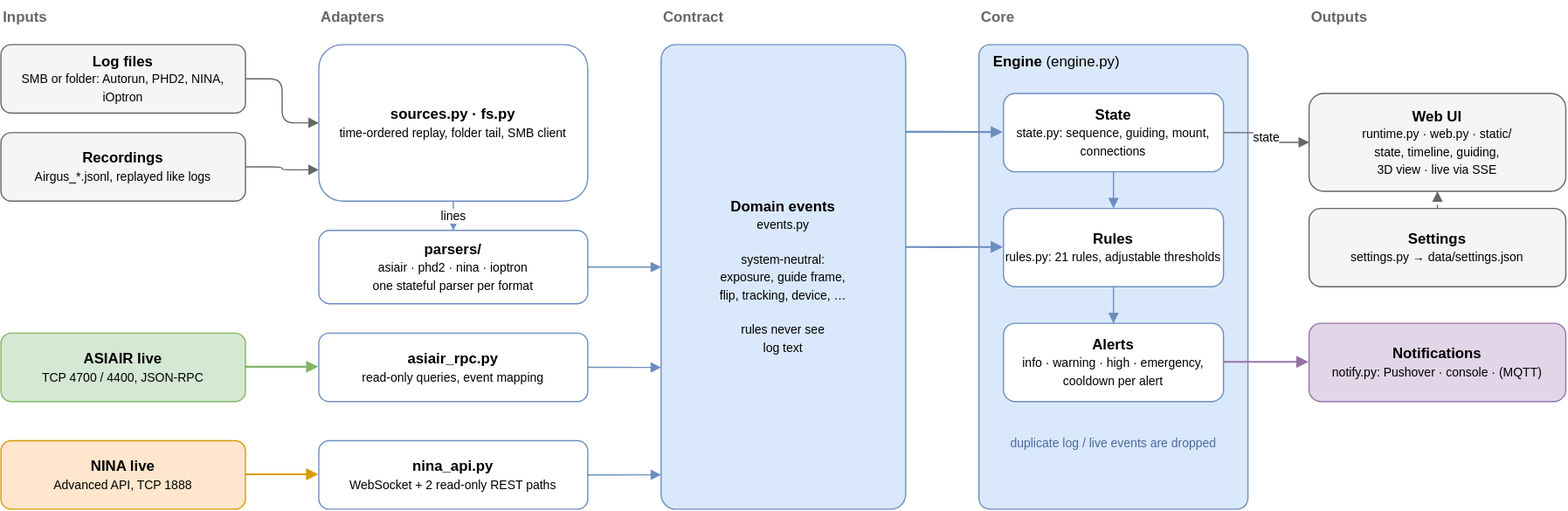
Before: docs/airgus-architecture.drawio.svg, a diagram exported from draw.io (Trickx/Airgus). Source tidied: cells renumbered, new cells last; positions are measured from the earlier drawing's top-left corner, leaving out a move shared by most shapes.
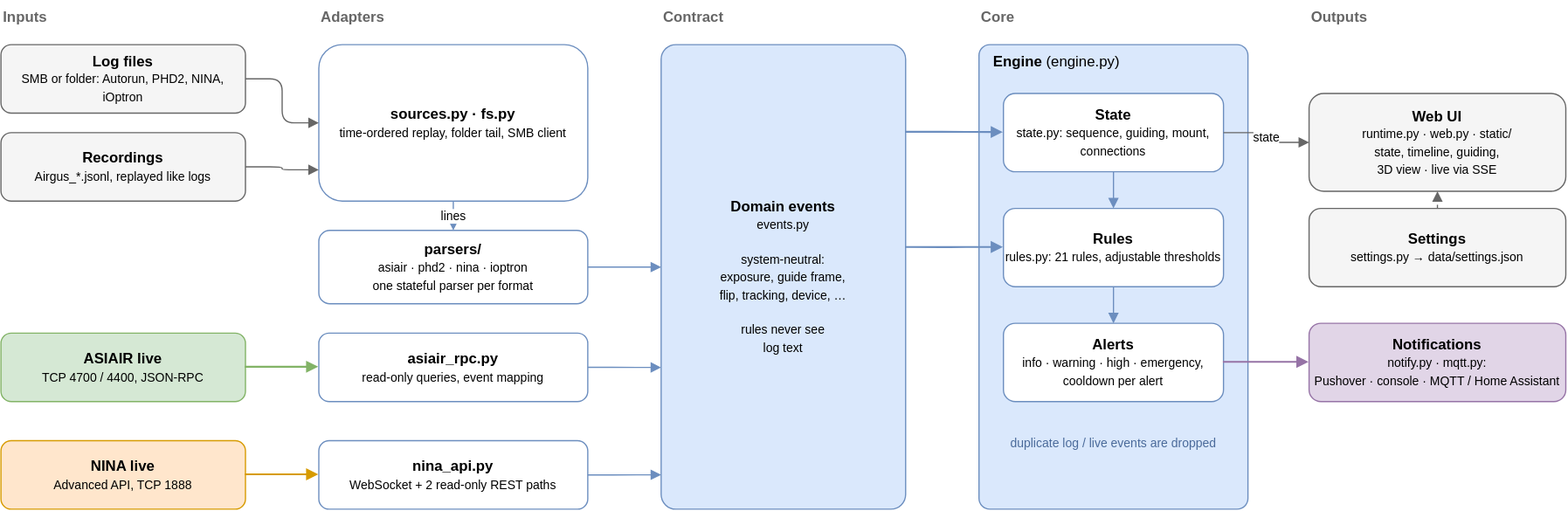
The same diagram one commit later.

Commit message:
Home Assistant via MQTT discovery, example dashboard

Diff of the diagram source:
```diff
@@ -62,7 +62,7 @@
     <mxCell id="21" value="&lt;b&gt;Web UI&lt;/b&gt;&lt;br&gt;&lt;font style=&quot;font-size:10px&quot;&gt;runtime.py · web.py · static/&lt;br&gt;state, timeline, guiding,&lt;br&gt;3D view · live via SSE&lt;/font&gt;" style="rounded=1;whiteSpace=wrap;html=1;fillColor=#f5f5f5;strokeColor=#666666;" parent="1" vertex="1">
       <mxGeometry x="1070" y="76" width="210" height="80" as="geometry" />
     </mxCell>
-    <mxCell id="22" value="&lt;b&gt;Notifications&lt;/b&gt;&lt;br&gt;&lt;font style=&quot;font-size:10px&quot;&gt;notify.py: Pushover · console · (MQTT)&lt;/font&gt;" style="rounded=1;whiteSpace=wrap;html=1;fillColor=#e1d5e7;strokeColor=#9673a6;" parent="1" vertex="1">
+    <mxCell id="22" value="&lt;b&gt;Notifications&lt;/b&gt;&lt;br&gt;&lt;font style=&quot;font-size:10px&quot;&gt;notify.py · mqtt.py:&lt;br&gt;Pushover · console · MQTT / Home Assistant&lt;/font&gt;" style="rounded=1;whiteSpace=wrap;html=1;fillColor=#e1d5e7;strokeColor=#9673a6;" parent="1" vertex="1">
       <mxGeometry x="1070" y="264" width="210" height="64" as="geometry" />
     </mxCell>
     <mxCell id="23" value="&lt;b&gt;Settings&lt;/b&gt;&lt;br&gt;&lt;font style=&quot;font-size:10px&quot;&gt;settings.py → data/settings.json&lt;/font&gt;" style="rounded=1;whiteSpace=wrap;html=1;fillColor=#f5f5f5;strokeColor=#666666;" parent="1" vertex="1">
```
